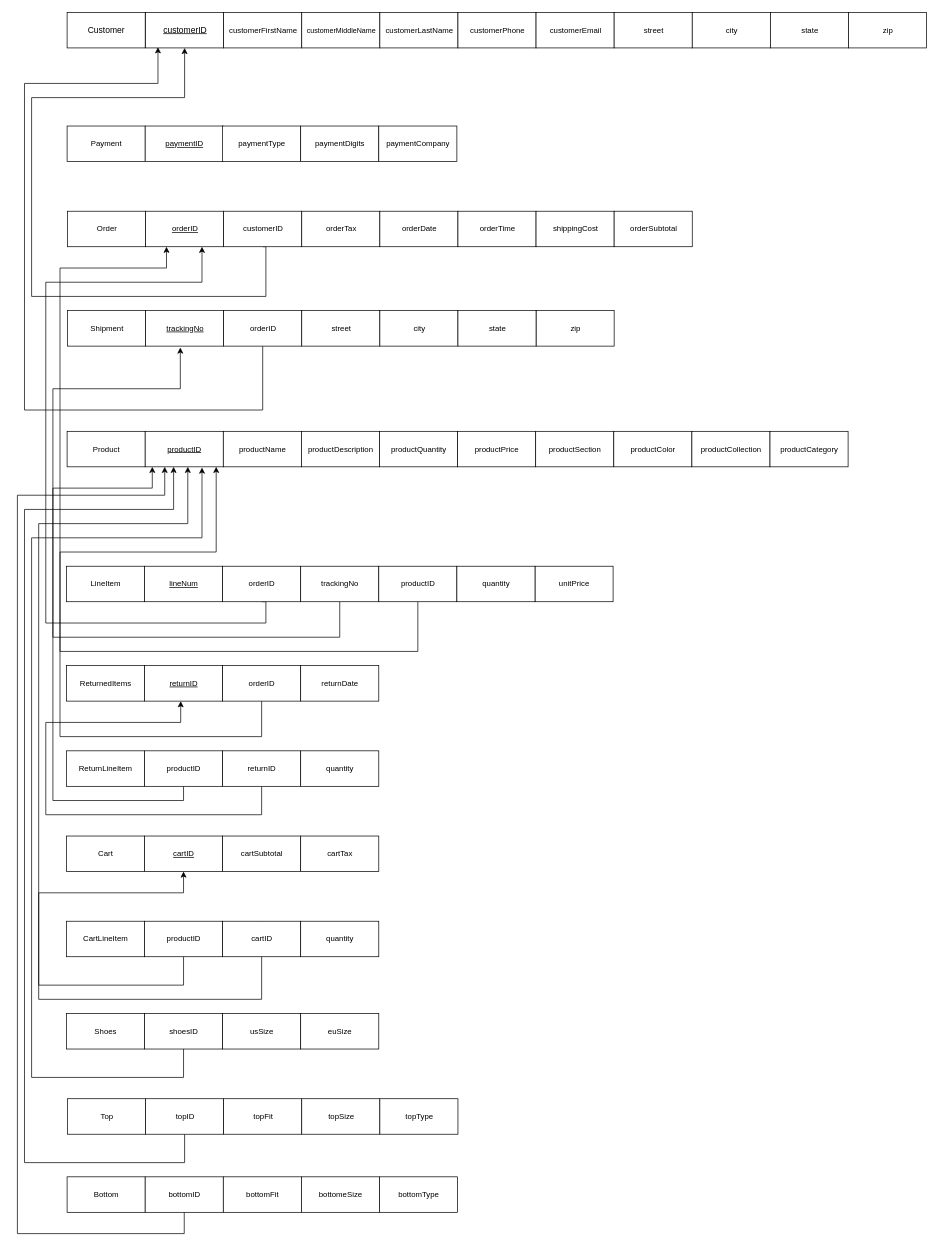
Above: Referential Integrity Diagram V2.drawio in avivfaraj/INFO605-Project (draw.io), before the change. Source tidied: cells renumbered, new cells numbered last; positions are measured from the earlier drawing's top-left corner, leaving out a move shared by most shapes. Both pictures are drawn from the tidied source at 71%, with x=0, y=0 at pixel (17, 12).
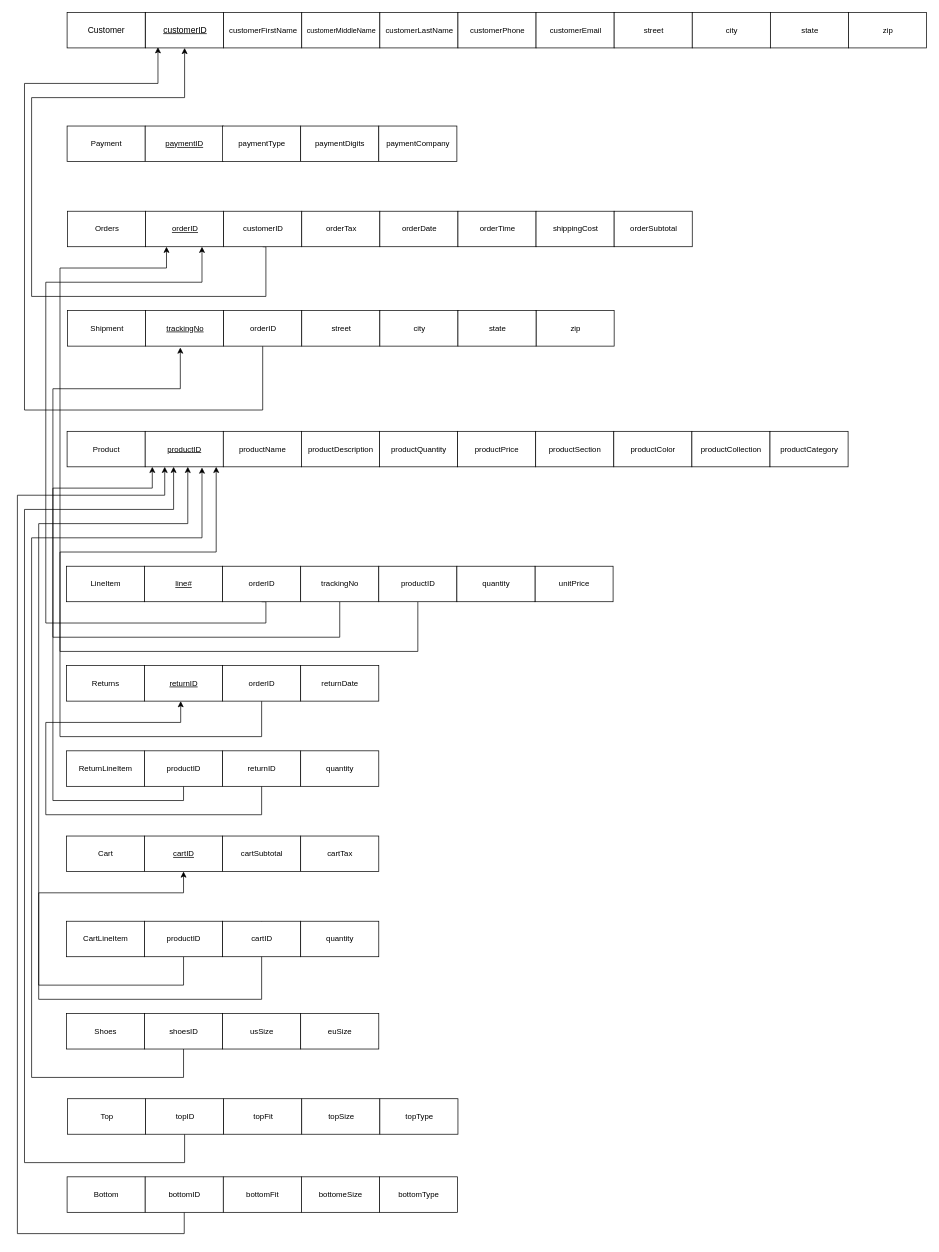
After the change.

Change to the diagram source:
```diff
@@
-    <mxCell id="18" value="Order" style="html=1;fontSize=11;" parent="1" vertex="1">
+    <mxCell id="18" value="Orders" style="html=1;fontSize=11;" parent="1" vertex="1">
       <mxGeometry x="70.5" y="280" width="110" height="50" as="geometry" />
     </mxCell>
@@
-    <mxCell id="36" value="&lt;u&gt;lineNum&lt;/u&gt;" style="html=1;fontSize=11;" parent="1" vertex="1">
+    <mxCell id="36" value="&lt;u&gt;line#&lt;/u&gt;" style="html=1;fontSize=11;" parent="1" vertex="1">
       <mxGeometry x="179" y="780" width="110" height="50" as="geometry" />
     </mxCell>
@@
-    <mxCell id="45" value="ReturnedItems" style="html=1;fontSize=11;" parent="1" vertex="1">
+    <mxCell id="45" value="Returns" style="html=1;fontSize=11;" parent="1" vertex="1">
       <mxGeometry x="69" y="920" width="110" height="50" as="geometry" />
     </mxCell>
```
